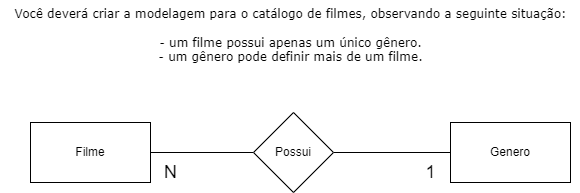
Above: exercícios/1.0/1.0.drawio.png in wenderdecastro/senai_sprint1_bd (draw.io), before the change. Source tidied: cells renumbered, new cells last; positions are measured from the earlier drawing's top-left corner, leaving out a move shared by most shapes. Source of this version:
```xml
<mxGraphModel>
  <root>
    <mxCell id="0" />
    <mxCell id="1" parent="0" />
    <mxCell id="2" style="edgeStyle=orthogonalEdgeStyle;rounded=0;jettySize=auto;html=1;exitX=1;exitY=0.5;exitDx=0;exitDy=0;endArrow=none;endFill=0;" parent="1" edge="1" source="3" target="6">
      <mxGeometry relative="1" as="geometry" />
    </mxCell>
    <mxCell id="3" value="Filme" style="rounded=0;whiteSpace=wrap;html=1;" parent="1" vertex="1">
      <mxGeometry x="30" y="122" width="120" height="60" as="geometry" />
    </mxCell>
    <mxCell id="4" value="Genero" style="rounded=0;whiteSpace=wrap;html=1;" parent="1" vertex="1">
      <mxGeometry x="450" y="122" width="120" height="60" as="geometry" />
    </mxCell>
    <mxCell id="5" style="edgeStyle=orthogonalEdgeStyle;rounded=0;jettySize=auto;html=1;exitX=1;exitY=0.5;exitDx=0;exitDy=0;entryX=0;entryY=0.5;entryDx=0;entryDy=0;endArrow=none;endFill=0;" parent="1" edge="1" source="6" target="4">
      <mxGeometry relative="1" as="geometry" />
    </mxCell>
    <mxCell id="6" value="Possui" style="rhombus;whiteSpace=wrap;html=1;" parent="1" vertex="1">
      <mxGeometry x="253" y="112" width="80" height="80" as="geometry" />
    </mxCell>
    <mxCell id="7" value="N" style="text;html=1;align=center;verticalAlign=middle;strokeColor=none;fillColor=none;fontSize=18;" parent="1" vertex="1">
      <mxGeometry x="150" y="152" width="40" height="40" as="geometry" />
    </mxCell>
    <mxCell id="8" value="1" style="text;html=1;align=center;verticalAlign=middle;strokeColor=none;fillColor=none;fontSize=18;" parent="1" vertex="1">
      <mxGeometry x="415" y="152" width="30" height="40" as="geometry" />
    </mxCell>
    <mxCell id="9" value="&lt;div&gt;Você deverá criar a modelagem para o catálogo de filmes, observando a seguinte situação:&lt;/div&gt;&lt;div&gt;&lt;br&gt;&lt;/div&gt;&lt;div&gt;- um filme possui apenas um único gênero.&lt;/div&gt;&lt;div&gt;- um gênero pode definir mais de um filme.&lt;/div&gt;" style="text;html=1;align=center;verticalAlign=middle;strokeColor=none;fillColor=none;fontFamily=Verdana;" parent="1" vertex="1">
      <mxGeometry width="580" height="70" as="geometry" />
    </mxCell>
  </root>
</mxGraphModel>
```
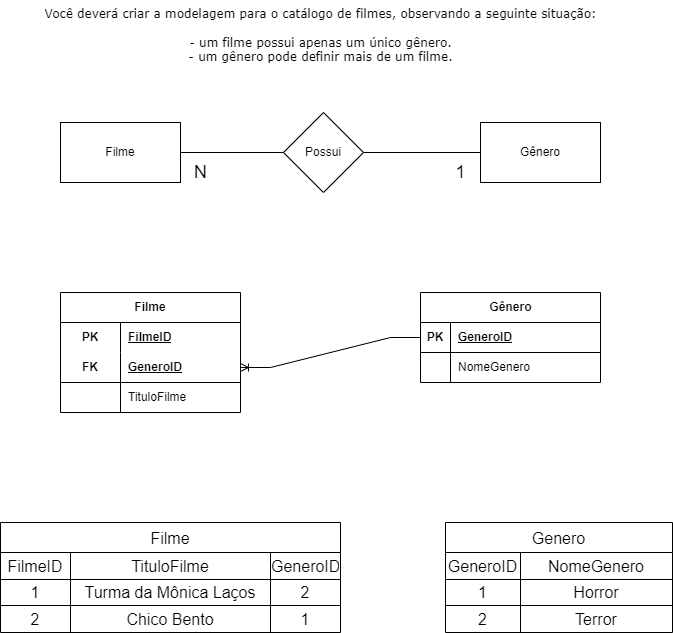
After the change.

The edit, as a diff of the source:
```diff
@@ -8,7 +8,7 @@
     <mxCell id="3" value="Filme" style="rounded=0;whiteSpace=wrap;html=1;" parent="1" vertex="1">
       <mxGeometry x="30" y="122" width="120" height="60" as="geometry" />
     </mxCell>
-    <mxCell id="4" value="Genero" style="rounded=0;whiteSpace=wrap;html=1;" parent="1" vertex="1">
+    <mxCell id="4" value="Gênero" style="rounded=0;whiteSpace=wrap;html=1;" parent="1" vertex="1">
       <mxGeometry x="450" y="122" width="120" height="60" as="geometry" />
     </mxCell>
     <mxCell id="5" style="edgeStyle=orthogonalEdgeStyle;rounded=0;jettySize=auto;html=1;exitX=1;exitY=0.5;exitDx=0;exitDy=0;entryX=0;entryY=0.5;entryDx=0;entryDy=0;endArrow=none;endFill=0;" parent="1" edge="1" source="6" target="4">
@@ -26,5 +26,128 @@
     <mxCell id="9" value="&lt;div&gt;Você deverá criar a modelagem para o catálogo de filmes, observando a seguinte situação:&lt;/div&gt;&lt;div&gt;&lt;br&gt;&lt;/div&gt;&lt;div&gt;- um filme possui apenas um único gênero.&lt;/div&gt;&lt;div&gt;- um gênero pode definir mais de um filme.&lt;/div&gt;" style="text;html=1;align=center;verticalAlign=middle;strokeColor=none;fillColor=none;fontFamily=Verdana;" parent="1" vertex="1">
       <mxGeometry width="580" height="70" as="geometry" />
     </mxCell>
+    <mxCell id="10" value="Gênero" style="shape=table;startSize=30;rowLines=0;fontStyle=1;align=center;html=1;" parent="1" vertex="1">
+      <mxGeometry x="390" y="292" width="180" height="90" as="geometry" />
+    </mxCell>
+    <mxCell id="11" style="shape=tableRow;horizontal=0;startSize=0;swimlaneHead=0;swimlaneBody=0;fillColor=none;points=[[0,0.5],[1,0.5]];portConstraint=eastwest;top=0;left=0;right=0;bottom=1;" parent="10" vertex="1">
+      <mxGeometry y="30" width="180" height="30" as="geometry" />
+    </mxCell>
+    <mxCell id="12" value="PK" style="shape=partialRectangle;fillColor=none;top=0;left=0;bottom=0;right=0;fontStyle=1;overflow=hidden;whiteSpace=wrap;html=1;" parent="11" vertex="1">
+      <mxGeometry width="30" height="30" as="geometry" />
+    </mxCell>
+    <mxCell id="13" value="GeneroID" style="shape=partialRectangle;fillColor=none;top=0;left=0;bottom=0;right=0;align=left;spacingLeft=6;fontStyle=5;overflow=hidden;whiteSpace=wrap;html=1;" parent="11" vertex="1">
+      <mxGeometry x="30" width="150" height="30" as="geometry" />
+    </mxCell>
+    <mxCell id="14" style="shape=tableRow;horizontal=0;startSize=0;swimlaneHead=0;swimlaneBody=0;fillColor=none;top=0;left=0;right=0;bottom=0;" parent="10" vertex="1">
+      <mxGeometry y="60" width="180" height="30" as="geometry" />
+    </mxCell>
+    <mxCell id="15" style="shape=partialRectangle;fillColor=none;top=0;left=0;bottom=0;right=0;overflow=hidden;whiteSpace=wrap;html=1;" parent="14" vertex="1">
+      <mxGeometry width="30" height="30" as="geometry" />
+    </mxCell>
+    <mxCell id="16" value="NomeGenero" style="shape=partialRectangle;fillColor=none;top=0;left=0;bottom=0;right=0;align=left;spacingLeft=6;overflow=hidden;whiteSpace=wrap;html=1;" parent="14" vertex="1">
+      <mxGeometry x="30" width="150" height="30" as="geometry" />
+    </mxCell>
+    <mxCell id="17" value="Filme" style="shape=table;startSize=30;rowLines=0;fontStyle=1;align=center;html=1;whiteSpace=wrap;" parent="1" vertex="1">
+      <mxGeometry x="30" y="292" width="180" height="120" as="geometry" />
+    </mxCell>
+    <mxCell id="18" style="shape=tableRow;horizontal=0;startSize=0;swimlaneHead=0;swimlaneBody=0;fillColor=none;top=0;left=0;right=0;bottom=0;html=1;" parent="17" vertex="1">
+      <mxGeometry y="30" width="180" height="30" as="geometry" />
+    </mxCell>
+    <mxCell id="19" value="PK" style="shape=partialRectangle;fillColor=none;top=0;left=0;bottom=0;right=0;fontStyle=1;overflow=hidden;html=1;whiteSpace=wrap;" parent="18" vertex="1">
+      <mxGeometry width="60" height="30" as="geometry" />
+    </mxCell>
+    <mxCell id="20" value="FilmeID" style="shape=partialRectangle;fillColor=none;top=0;left=0;bottom=0;right=0;align=left;spacingLeft=6;fontStyle=5;overflow=hidden;html=1;whiteSpace=wrap;" parent="18" vertex="1">
+      <mxGeometry x="60" width="120" height="30" as="geometry" />
+    </mxCell>
+    <mxCell id="21" style="shape=tableRow;horizontal=0;startSize=0;swimlaneHead=0;swimlaneBody=0;fillColor=none;points=[[0,0.5],[1,0.5]];portConstraint=eastwest;top=0;left=0;right=0;bottom=1;html=1;" parent="17" vertex="1">
+      <mxGeometry y="60" width="180" height="30" as="geometry" />
+    </mxCell>
+    <mxCell id="22" value="FK" style="shape=partialRectangle;fillColor=none;top=0;left=0;bottom=0;right=0;fontStyle=1;overflow=hidden;html=1;whiteSpace=wrap;" parent="21" vertex="1">
+      <mxGeometry width="60" height="30" as="geometry" />
+    </mxCell>
+    <mxCell id="23" value="GeneroID" style="shape=partialRectangle;fillColor=none;top=0;left=0;bottom=0;right=0;align=left;spacingLeft=6;fontStyle=5;overflow=hidden;html=1;whiteSpace=wrap;" parent="21" vertex="1">
+      <mxGeometry x="60" width="120" height="30" as="geometry" />
+    </mxCell>
+    <mxCell id="24" style="shape=tableRow;horizontal=0;startSize=0;swimlaneHead=0;swimlaneBody=0;fillColor=none;top=0;left=0;right=0;bottom=0;html=1;" parent="17" vertex="1">
+      <mxGeometry y="90" width="180" height="30" as="geometry" />
+    </mxCell>
+    <mxCell id="25" style="shape=partialRectangle;fillColor=none;top=0;left=0;bottom=0;right=0;overflow=hidden;html=1;whiteSpace=wrap;" parent="24" vertex="1">
+      <mxGeometry width="60" height="30" as="geometry" />
+    </mxCell>
+    <mxCell id="26" value="TituloFilme" style="shape=partialRectangle;fillColor=none;top=0;left=0;bottom=0;right=0;align=left;spacingLeft=6;overflow=hidden;html=1;whiteSpace=wrap;" parent="24" vertex="1">
+      <mxGeometry x="60" width="120" height="30" as="geometry" />
+    </mxCell>
+    <mxCell id="27" style="edgeStyle=entityRelationEdgeStyle;fontSize=12;html=1;endArrow=ERoneToMany;rounded=0;exitX=0;exitY=0.5;exitDx=0;exitDy=0;entryX=1;entryY=0.5;entryDx=0;entryDy=0;" parent="1" edge="1" source="11" target="21">
+      <mxGeometry relative="1" as="geometry" />
+    </mxCell>
+    <mxCell id="28" value="Filme" style="shape=table;startSize=30;strokeColor=default;fontSize=16;" parent="1" vertex="1">
+      <mxGeometry x="-30" y="522" width="340" height="110" as="geometry" />
+    </mxCell>
+    <mxCell id="29" style="shape=tableRow;horizontal=0;startSize=0;swimlaneHead=0;swimlaneBody=0;strokeColor=inherit;top=0;left=0;bottom=0;right=0;fillColor=none;fontSize=16;" parent="28" vertex="1">
+      <mxGeometry y="30" width="340" height="27" as="geometry" />
+    </mxCell>
+    <mxCell id="30" value="FilmeID" style="shape=partialRectangle;html=1;whiteSpace=wrap;strokeColor=inherit;overflow=hidden;fillColor=none;top=0;left=0;bottom=0;right=0;fontSize=16;" parent="29" vertex="1">
+      <mxGeometry width="70" height="27" as="geometry" />
+    </mxCell>
+    <mxCell id="31" value="TituloFilme" style="shape=partialRectangle;html=1;whiteSpace=wrap;strokeColor=inherit;overflow=hidden;fillColor=none;top=0;left=0;bottom=0;right=0;fontSize=16;" parent="29" vertex="1">
+      <mxGeometry x="70" width="200" height="27" as="geometry" />
+    </mxCell>
+    <mxCell id="32" value="GeneroID" style="shape=partialRectangle;html=1;whiteSpace=wrap;strokeColor=inherit;overflow=hidden;fillColor=none;top=0;left=0;bottom=0;right=0;fontSize=16;" parent="29" vertex="1">
+      <mxGeometry x="270" width="70" height="27" as="geometry" />
+    </mxCell>
+    <mxCell id="33" style="shape=tableRow;horizontal=0;startSize=0;swimlaneHead=0;swimlaneBody=0;strokeColor=inherit;top=0;left=0;bottom=0;right=0;fillColor=none;fontSize=16;" parent="28" vertex="1">
+      <mxGeometry y="57" width="340" height="26" as="geometry" />
+    </mxCell>
+    <mxCell id="34" value="1" style="shape=partialRectangle;html=1;whiteSpace=wrap;strokeColor=inherit;overflow=hidden;fillColor=none;top=0;left=0;bottom=0;right=0;fontSize=16;" parent="33" vertex="1">
+      <mxGeometry width="70" height="26" as="geometry" />
+    </mxCell>
+    <mxCell id="35" value="Turma da Mônica Laços" style="shape=partialRectangle;html=1;whiteSpace=wrap;strokeColor=inherit;overflow=hidden;fillColor=none;top=0;left=0;bottom=0;right=0;fontSize=16;" parent="33" vertex="1">
+      <mxGeometry x="70" width="200" height="26" as="geometry" />
+    </mxCell>
+    <mxCell id="36" value="2" style="shape=partialRectangle;html=1;whiteSpace=wrap;strokeColor=inherit;overflow=hidden;fillColor=none;top=0;left=0;bottom=0;right=0;fontSize=16;" parent="33" vertex="1">
+      <mxGeometry x="270" width="70" height="26" as="geometry" />
+    </mxCell>
+    <mxCell id="37" style="shape=tableRow;horizontal=0;startSize=0;swimlaneHead=0;swimlaneBody=0;strokeColor=inherit;top=0;left=0;bottom=0;right=0;fillColor=none;fontSize=16;" parent="28" vertex="1">
+      <mxGeometry y="83" width="340" height="27" as="geometry" />
+    </mxCell>
+    <mxCell id="38" value="2" style="shape=partialRectangle;html=1;whiteSpace=wrap;strokeColor=inherit;overflow=hidden;fillColor=none;top=0;left=0;bottom=0;right=0;fontSize=16;" parent="37" vertex="1">
+      <mxGeometry width="70" height="27" as="geometry" />
+    </mxCell>
+    <mxCell id="39" value="Chico Bento" style="shape=partialRectangle;html=1;whiteSpace=wrap;strokeColor=inherit;overflow=hidden;fillColor=none;top=0;left=0;bottom=0;right=0;fontSize=16;" parent="37" vertex="1">
+      <mxGeometry x="70" width="200" height="27" as="geometry" />
+    </mxCell>
+    <mxCell id="40" value="1" style="shape=partialRectangle;html=1;whiteSpace=wrap;strokeColor=inherit;overflow=hidden;fillColor=none;top=0;left=0;bottom=0;right=0;fontSize=16;" parent="37" vertex="1">
+      <mxGeometry x="270" width="70" height="27" as="geometry" />
+    </mxCell>
+    <mxCell id="41" value="Genero" style="shape=table;startSize=30;strokeColor=default;fontSize=16;" parent="1" vertex="1">
+      <mxGeometry x="415" y="522" width="227" height="110" as="geometry" />
+    </mxCell>
+    <mxCell id="42" style="shape=tableRow;horizontal=0;startSize=0;swimlaneHead=0;swimlaneBody=0;strokeColor=inherit;top=0;left=0;bottom=0;right=0;fillColor=none;fontSize=16;" parent="41" vertex="1">
+      <mxGeometry y="30" width="227" height="27" as="geometry" />
+    </mxCell>
+    <mxCell id="43" value="GeneroID" style="shape=partialRectangle;html=1;whiteSpace=wrap;strokeColor=inherit;overflow=hidden;fillColor=none;top=0;left=0;bottom=0;right=0;fontSize=16;" parent="42" vertex="1">
+      <mxGeometry width="75" height="27" as="geometry" />
+    </mxCell>
+    <mxCell id="44" value="NomeGenero" style="shape=partialRectangle;html=1;whiteSpace=wrap;strokeColor=inherit;overflow=hidden;fillColor=none;top=0;left=0;bottom=0;right=0;fontSize=16;" parent="42" vertex="1">
+      <mxGeometry x="75" width="152" height="27" as="geometry" />
+    </mxCell>
+    <mxCell id="45" style="shape=tableRow;horizontal=0;startSize=0;swimlaneHead=0;swimlaneBody=0;strokeColor=inherit;top=0;left=0;bottom=0;right=0;fillColor=none;fontSize=16;" parent="41" vertex="1">
+      <mxGeometry y="57" width="227" height="26" as="geometry" />
+    </mxCell>
+    <mxCell id="46" value="1" style="shape=partialRectangle;html=1;whiteSpace=wrap;strokeColor=inherit;overflow=hidden;fillColor=none;top=0;left=0;bottom=0;right=0;fontSize=16;" parent="45" vertex="1">
+      <mxGeometry width="75" height="26" as="geometry" />
+    </mxCell>
+    <mxCell id="47" value="Horror" style="shape=partialRectangle;html=1;whiteSpace=wrap;strokeColor=inherit;overflow=hidden;fillColor=none;top=0;left=0;bottom=0;right=0;fontSize=16;" parent="45" vertex="1">
+      <mxGeometry x="75" width="152" height="26" as="geometry" />
+    </mxCell>
+    <mxCell id="48" style="shape=tableRow;horizontal=0;startSize=0;swimlaneHead=0;swimlaneBody=0;strokeColor=inherit;top=0;left=0;bottom=0;right=0;fillColor=none;fontSize=16;" parent="41" vertex="1">
+      <mxGeometry y="83" width="227" height="27" as="geometry" />
+    </mxCell>
+    <mxCell id="49" value="2" style="shape=partialRectangle;html=1;whiteSpace=wrap;strokeColor=inherit;overflow=hidden;fillColor=none;top=0;left=0;bottom=0;right=0;fontSize=16;" parent="48" vertex="1">
+      <mxGeometry width="75" height="27" as="geometry" />
+    </mxCell>
+    <mxCell id="50" value="Terror" style="shape=partialRectangle;html=1;whiteSpace=wrap;strokeColor=inherit;overflow=hidden;fillColor=none;top=0;left=0;bottom=0;right=0;fontSize=16;" parent="48" vertex="1">
+      <mxGeometry x="75" width="152" height="27" as="geometry" />
+    </mxCell>
   </root>
 </mxGraphModel>
```
